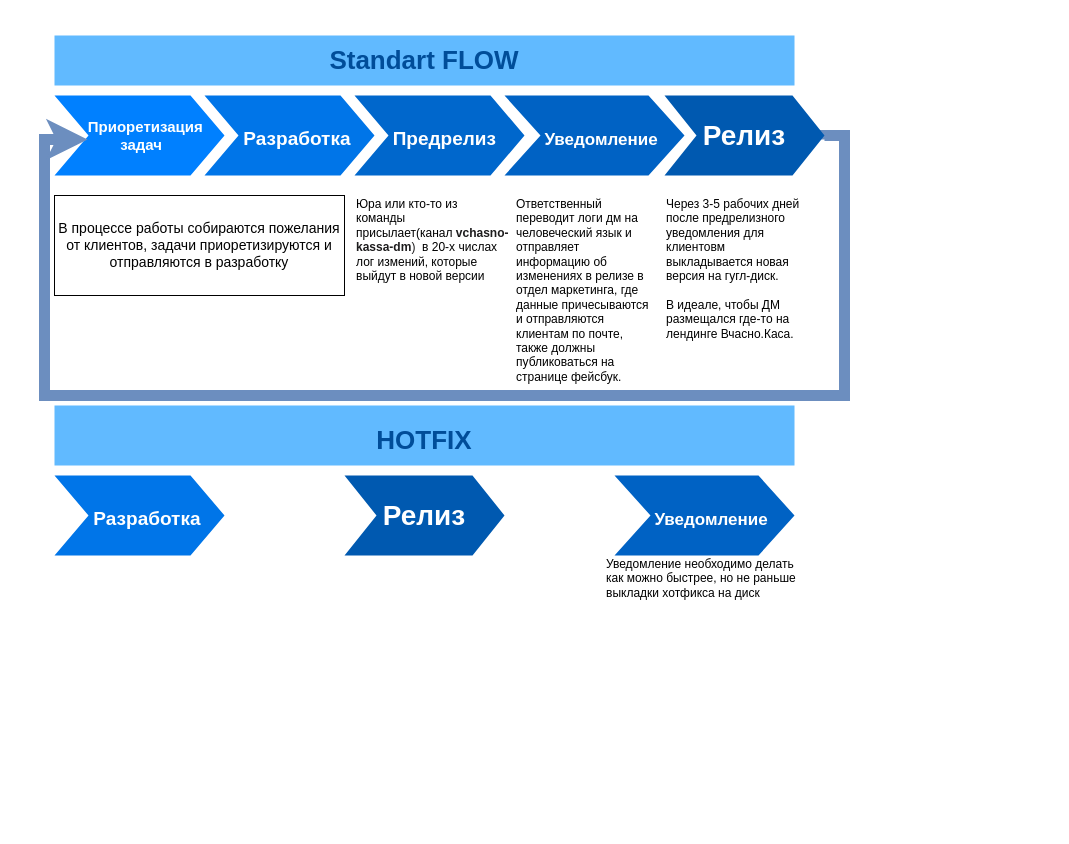
This is Untitled Diagram.drawio from wnata/alienInvasion, a draw.io file, before an edit. Source tidied: cells renumbered, new cells numbered last; positions are measured from the earlier drawing's top-left corner, leaving out a move shared by most shapes. Both pictures are drawn from the tidied source at 100%, with x=0, y=0 at pixel (44, 35).
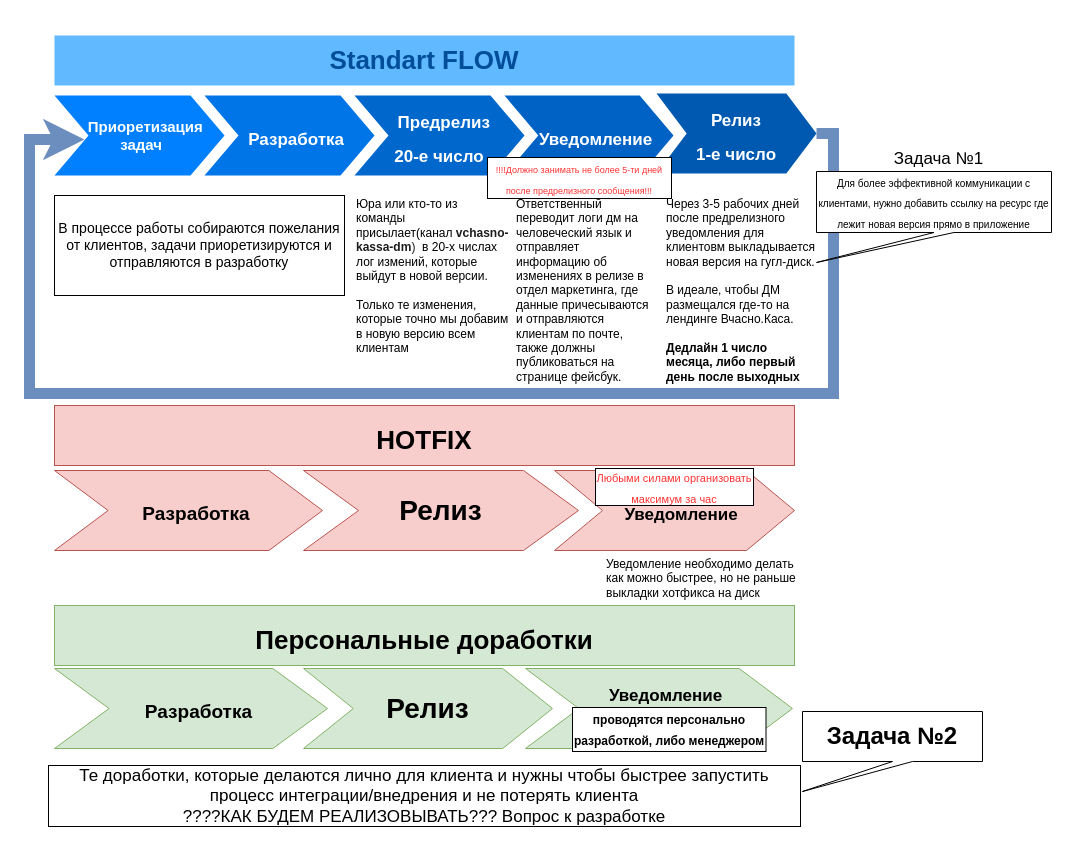
Above is the later version.

Unchanged cells that the change refers to:
```xml
<mxCell id="2" value="&lt;div style=&quot;font-size: 14px&quot;&gt;&lt;span style=&quot;font-size: 15px&quot;&gt;&lt;b&gt;&amp;nbsp; &amp;nbsp;Приоретизация&lt;br&gt;&amp;nbsp;задач&lt;/b&gt;&lt;/span&gt;&lt;/div&gt;" style="shape=step;whiteSpace=wrap;html=1;fontSize=14;fillColor=#0080FF;fontColor=#FFFFFF;strokeColor=none;align=center;verticalAlign=middle;" parent="1" vertex="1">
  <mxGeometry x="10" y="60" width="170" height="80" as="geometry" />
</mxCell>
```

Diff of the diagram source:
```diff
@@
-    <mxCell id="3" value="&lt;font style=&quot;font-size: 19px&quot;&gt;&lt;b&gt;&amp;nbsp; &amp;nbsp;Разработка&lt;/b&gt;&lt;/font&gt;" style="shape=step;whiteSpace=wrap;html=1;fontSize=28;fillColor=#0075E8;fontColor=#FFFFFF;strokeColor=none;" parent="1" vertex="1">
+    <mxCell id="3" value="&lt;font size=&quot;1&quot;&gt;&lt;b style=&quot;font-size: 17px&quot;&gt;&amp;nbsp; &amp;nbsp;Разработка&lt;/b&gt;&lt;/font&gt;" style="shape=step;whiteSpace=wrap;html=1;fontSize=28;fillColor=#0075E8;fontColor=#FFFFFF;strokeColor=none;" parent="1" vertex="1">
       <mxGeometry x="160" y="60" width="170" height="80" as="geometry" />
     </mxCell>
-    <mxCell id="4" value="&lt;font style=&quot;font-size: 19px&quot;&gt;&lt;b&gt;&amp;nbsp; Предрелиз&lt;/b&gt;&lt;/font&gt;" style="shape=step;whiteSpace=wrap;html=1;fontSize=28;fillColor=#0067CC;fontColor=#FFFFFF;strokeColor=none;" parent="1" vertex="1">
+    <mxCell id="4" value="&lt;font style=&quot;font-size: 17px&quot;&gt;&lt;b&gt;&amp;nbsp; Предрелиз&lt;br&gt;20-е число&lt;br&gt;&lt;/b&gt;&lt;/font&gt;" style="shape=step;whiteSpace=wrap;html=1;fontSize=28;fillColor=#0067CC;fontColor=#FFFFFF;strokeColor=none;" parent="1" vertex="1">
       <mxGeometry x="310" y="60" width="170" height="80" as="geometry" />
     </mxCell>
-    <mxCell id="5" value="&lt;b&gt;&lt;font style=&quot;font-size: 17px&quot;&gt;&amp;nbsp; &amp;nbsp;Уведомление&lt;/font&gt;&lt;/b&gt;" style="shape=step;whiteSpace=wrap;html=1;fontSize=28;fillColor=#0062C4;fontColor=#FFFFFF;strokeColor=none;spacing=0;" parent="1" vertex="1">
-      <mxGeometry x="460" y="60" width="180" height="80" as="geometry" />
+    <mxCell id="5" value="&lt;b&gt;&lt;font style=&quot;font-size: 17px&quot;&gt;&amp;nbsp; &amp;nbsp;Уведомление&lt;br&gt;&lt;/font&gt;&lt;/b&gt;" style="shape=step;whiteSpace=wrap;html=1;fontSize=28;fillColor=#0062C4;fontColor=#FFFFFF;strokeColor=none;spacing=0;" parent="1" vertex="1">
+      <mxGeometry x="460" y="60" width="169" height="80" as="geometry" />
     </mxCell>
-    <mxCell id="6" style="edgeStyle=orthogonalEdgeStyle;jettySize=auto;html=1;fontSize=17;entryX=0.194;entryY=0.55;entryDx=0;entryDy=0;entryPerimeter=0;fontStyle=1;strokeWidth=11;fillColor=#dae8fc;strokeColor=#6c8ebf;rounded=0;" parent="1" edge="1" target="2">
+    <mxCell id="6" style="edgeStyle=orthogonalEdgeStyle;jettySize=auto;html=1;fontSize=17;fontStyle=1;strokeWidth=11;fillColor=#dae8fc;strokeColor=#6c8ebf;rounded=0;exitX=1;exitY=0.5;exitDx=0;exitDy=0;entryX=0.176;entryY=0.55;entryDx=0;entryDy=0;entryPerimeter=0;" parent="1" edge="1" source="7" target="2">
       <mxGeometry relative="1" as="geometry">
-        <mxPoint x="780" y="104" as="sourcePoint" />
         <Array as="points">
-          <mxPoint x="800" y="100" />
-          <mxPoint x="800" y="360" />
-          <mxPoint y="360" />
-          <mxPoint y="104" />
+          <mxPoint x="789" y="98" />
+          <mxPoint x="789" y="358" />
+          <mxPoint x="-15" y="358" />
+          <mxPoint x="-15" y="104" />
         </Array>
       </mxGeometry>
     </mxCell>
-    <mxCell id="7" value="&lt;b&gt;Релиз&lt;/b&gt;" style="shape=step;whiteSpace=wrap;html=1;fontSize=28;fillColor=#0059B0;fontColor=#FFFFFF;strokeColor=none;" parent="1" vertex="1">
-      <mxGeometry x="620" y="60" width="160" height="80" as="geometry" />
+    <mxCell id="7" value="&lt;b style=&quot;font-size: 17px&quot;&gt;Релиз&lt;br&gt;1-е число&lt;br&gt;&lt;/b&gt;" style="shape=step;whiteSpace=wrap;html=1;fontSize=28;fillColor=#0059B0;fontColor=#FFFFFF;strokeColor=none;size=0.18854166666666786;" parent="1" vertex="1">
+      <mxGeometry x="612" y="58" width="160" height="80" as="geometry" />
     </mxCell>
@@
-    <mxCell id="9" value="&lt;span style=&quot;font-family: &amp;#34;helvetica&amp;#34;&quot;&gt;Юра или кто-то из команды присылает(канал&amp;nbsp;&lt;/span&gt;&lt;span style=&quot;background-color: rgb(255 , 255 , 255) ; color: rgb(29 , 28 , 29) ; font-weight: 900&quot;&gt;vchasno-kassa-dm&lt;/span&gt;&lt;span style=&quot;background-color: rgb(255 , 255 , 255) ; color: rgb(29 , 28 , 29)&quot;&gt;)&lt;/span&gt;&lt;span style=&quot;background-color: rgb(255 , 255 , 255) ; color: rgb(29 , 28 , 29) ; font-weight: 900&quot;&gt;&amp;nbsp;&lt;/span&gt;&lt;span style=&quot;font-family: &amp;#34;helvetica&amp;#34;&quot;&gt;&amp;nbsp;в 20-х числах лог измений, которые выйдут в новой версии&lt;/span&gt;" style="text;spacingTop=-5;fillColor=#ffffff;whiteSpace=wrap;html=1;align=left;fontSize=12;fontFamily=Helvetica;fillColor=none;strokeColor=none;" parent="1" vertex="1">
-      <mxGeometry x="310" y="160" width="140" height="100" as="geometry" />
+    <mxCell id="9" value="&lt;span style=&quot;font-family: &amp;#34;helvetica&amp;#34;&quot;&gt;Юра или кто-то из команды присылает(канал&amp;nbsp;&lt;/span&gt;&lt;span style=&quot;background-color: rgb(255 , 255 , 255) ; color: rgb(29 , 28 , 29) ; font-weight: 900&quot;&gt;vchasno-kassa-dm&lt;/span&gt;&lt;span style=&quot;background-color: rgb(255 , 255 , 255) ; color: rgb(29 , 28 , 29)&quot;&gt;)&lt;/span&gt;&lt;span style=&quot;background-color: rgb(255 , 255 , 255) ; color: rgb(29 , 28 , 29) ; font-weight: 900&quot;&gt;&amp;nbsp;&lt;/span&gt;&lt;span style=&quot;font-family: &amp;#34;helvetica&amp;#34;&quot;&gt;&amp;nbsp;в 20-х числах лог измений, которые выйдут в новой версии.&lt;br&gt;&lt;br&gt;Только те изменения, которые точно мы добавим в новую версию всем клиентам&lt;br&gt;&lt;/span&gt;" style="text;spacingTop=-5;fillColor=#ffffff;whiteSpace=wrap;html=1;align=left;fontSize=12;fontFamily=Helvetica;fillColor=none;strokeColor=none;" parent="1" vertex="1">
+      <mxGeometry x="310" y="160" width="140" height="192" as="geometry" />
     </mxCell>
@@
-    <mxCell id="11" value="Через 3-5 рабочих дней после предрелизного уведомления для клиентовм выкладывается новая версия на гугл-диск.&lt;br&gt;&lt;br&gt;В идеале, чтобы ДМ размещался где-то на лендинге Вчасно.Каса." style="text;spacingTop=-5;fillColor=#ffffff;whiteSpace=wrap;html=1;align=left;fontSize=12;fontFamily=Helvetica;fillColor=none;strokeColor=none;" parent="1" vertex="1">
-      <mxGeometry x="620" y="160" width="140" height="150" as="geometry" />
+    <mxCell id="11" value="Через 3-5 рабочих дней после предрелизного уведомления для клиентовм выкладывается новая версия на гугл-диск.&lt;br&gt;&lt;br&gt;В идеале, чтобы ДМ размещался где-то на лендинге Вчасно.Каса.&lt;br&gt;&lt;br&gt;&lt;b&gt;&lt;font style=&quot;font-size: 12px&quot;&gt;Дедлайн 1 число месяца, либо первый день после выходных&lt;/font&gt;&lt;/b&gt;" style="text;spacingTop=-5;fillColor=#ffffff;whiteSpace=wrap;html=1;align=left;fontSize=12;fontFamily=Helvetica;fillColor=none;strokeColor=none;" parent="1" vertex="1">
+      <mxGeometry x="620" y="160" width="152" height="202" as="geometry" />
     </mxCell>
@@
-    <mxCell id="13" value="&lt;span style=&quot;font-size: 26px&quot;&gt;HOTFIX&lt;br&gt;&lt;/span&gt;" style="text;html=1;strokeColor=none;fillColor=#61BAFF;align=center;verticalAlign=bottom;whiteSpace=wrap;fontSize=54;fontStyle=1;fontColor=#004D99;" parent="1" vertex="1">
+    <mxCell id="13" value="&lt;span style=&quot;font-size: 26px&quot;&gt;HOTFIX&lt;br&gt;&lt;/span&gt;" style="text;html=1;strokeColor=#b85450;fillColor=#f8cecc;align=center;verticalAlign=bottom;whiteSpace=wrap;fontSize=54;fontStyle=1;" parent="1" vertex="1">
       <mxGeometry x="10" y="370" width="740" height="60" as="geometry" />
     </mxCell>
-    <mxCell id="14" value="&lt;font style=&quot;font-size: 19px&quot;&gt;&lt;b&gt;&amp;nbsp; &amp;nbsp;Разработка&lt;/b&gt;&lt;/font&gt;" style="shape=step;whiteSpace=wrap;html=1;fontSize=28;fillColor=#0075E8;fontColor=#FFFFFF;strokeColor=none;" parent="1" vertex="1">
-      <mxGeometry x="10" y="440" width="170" height="80" as="geometry" />
+    <mxCell id="14" value="&lt;font style=&quot;font-size: 19px&quot;&gt;&lt;b&gt;&amp;nbsp; &amp;nbsp;Разработка&lt;/b&gt;&lt;/font&gt;" style="shape=step;whiteSpace=wrap;html=1;fontSize=28;fillColor=#f8cecc;strokeColor=#b85450;" parent="1" vertex="1">
+      <mxGeometry x="10" y="435" width="268" height="80" as="geometry" />
     </mxCell>
-    <mxCell id="15" value="&lt;b&gt;&lt;font style=&quot;font-size: 17px&quot;&gt;&amp;nbsp; &amp;nbsp;Уведомление&lt;/font&gt;&lt;/b&gt;" style="shape=step;whiteSpace=wrap;html=1;fontSize=28;fillColor=#0062C4;fontColor=#FFFFFF;strokeColor=none;spacing=0;" parent="1" vertex="1">
-      <mxGeometry x="570" y="440" width="180" height="80" as="geometry" />
+    <mxCell id="15" value="&lt;b&gt;&lt;font style=&quot;font-size: 17px&quot;&gt;&amp;nbsp; &amp;nbsp;Уведомление&lt;/font&gt;&lt;/b&gt;" style="shape=step;whiteSpace=wrap;html=1;fontSize=28;fillColor=#f8cecc;strokeColor=#b85450;spacing=0;" parent="1" vertex="1">
+      <mxGeometry x="510" y="435" width="240" height="80" as="geometry" />
     </mxCell>
-    <mxCell id="16" value="&lt;b&gt;Релиз&lt;/b&gt;" style="shape=step;whiteSpace=wrap;html=1;fontSize=28;fillColor=#0059B0;fontColor=#FFFFFF;strokeColor=none;" parent="1" vertex="1">
-      <mxGeometry x="300" y="440" width="160" height="80" as="geometry" />
+    <mxCell id="16" value="&lt;b&gt;Релиз&lt;/b&gt;" style="shape=step;whiteSpace=wrap;html=1;fontSize=28;fillColor=#f8cecc;strokeColor=#b85450;" parent="1" vertex="1">
+      <mxGeometry x="259" y="435" width="275" height="80" as="geometry" />
     </mxCell>
@@
+    <mxCell id="18" value="&lt;font style=&quot;font-size: 9px&quot; color=&quot;#ff3333&quot;&gt;!!!!Должно занимать не более 5-ти дней после предрелизного сообщения!!!&lt;/font&gt;" style="whiteSpace=wrap;html=1;fontSize=17;" parent="1" vertex="1">
+      <mxGeometry x="443" y="122" width="184" height="41" as="geometry" />
+    </mxCell>
+    <mxCell id="19" value="&lt;span style=&quot;font-size: 26px&quot;&gt;Персональные доработки&lt;br&gt;&lt;/span&gt;" style="text;html=1;strokeColor=#82b366;fillColor=#d5e8d4;align=center;verticalAlign=bottom;whiteSpace=wrap;fontSize=54;fontStyle=1;" parent="1" vertex="1">
+      <mxGeometry x="10" y="570" width="740" height="60" as="geometry" />
+    </mxCell>
+    <mxCell id="20" value="&lt;font style=&quot;font-size: 19px&quot;&gt;&lt;b&gt;&amp;nbsp; &amp;nbsp;Разработка&lt;/b&gt;&lt;/font&gt;" style="shape=step;whiteSpace=wrap;html=1;fontSize=28;fillColor=#d5e8d4;strokeColor=#82b366;" parent="1" vertex="1">
+      <mxGeometry x="10" y="633" width="273" height="80" as="geometry" />
+    </mxCell>
+    <mxCell id="21" value="&lt;b&gt;Релиз&lt;/b&gt;" style="shape=step;whiteSpace=wrap;html=1;fontSize=28;fillColor=#d5e8d4;strokeColor=#82b366;" parent="1" vertex="1">
+      <mxGeometry x="259" y="633" width="249" height="80" as="geometry" />
+    </mxCell>
+    <mxCell id="22" value="&lt;b&gt;&lt;font&gt;&lt;span style=&quot;font-size: 17px&quot;&gt;&amp;nbsp; &amp;nbsp;Уведомление&lt;/span&gt;&lt;br&gt;&lt;br&gt;&lt;/font&gt;&lt;/b&gt;" style="shape=step;whiteSpace=wrap;html=1;fontSize=28;fillColor=#d5e8d4;strokeColor=#82b366;spacing=0;" parent="1" vertex="1">
+      <mxGeometry x="481" y="633" width="267" height="80" as="geometry" />
+    </mxCell>
+    <mxCell id="23" value="Те доработки, которые делаются лично для клиента и нужны чтобы быстрее запустить процесс интеграции/внедрения и не потерять клиента&lt;br&gt;????КАК БУДЕМ РЕАЛИЗОВЫВАТЬ??? Вопрос к разработке" style="whiteSpace=wrap;html=1;fontSize=17;" parent="1" vertex="1">
+      <mxGeometry x="4" y="730" width="752" height="61" as="geometry" />
+    </mxCell>
+    <mxCell id="24" value="&lt;font style=&quot;font-size: 11px&quot; color=&quot;#ff3333&quot;&gt;Любыми силами организовать максимум за час&lt;/font&gt;" style="whiteSpace=wrap;html=1;fontSize=17;" parent="1" vertex="1">
+      <mxGeometry x="551" y="433" width="158" height="37" as="geometry" />
+    </mxCell>
+    <mxCell id="25" value="&lt;font color=&quot;#000000&quot; style=&quot;font-size: 10px&quot;&gt;Для более эффективной коммуникации с клиентами, нужно добавить ссылку на ресурс где лежит новая версия прямо в приложение&lt;/font&gt;" style="shape=callout;whiteSpace=wrap;html=1;perimeter=calloutPerimeter;fontSize=17;fontColor=#FF3333;position2=0;" parent="1" vertex="1">
+      <mxGeometry x="772" y="136" width="235" height="91" as="geometry" />
+    </mxCell>
+    <mxCell id="26" value="&lt;font color=&quot;#000000&quot;&gt;Задача №1&lt;/font&gt;" style="text;html=1;align=center;verticalAlign=middle;fontSize=17;fontColor=#FF3333;" parent="1" vertex="1">
+      <mxGeometry x="844" y="112" width="99" height="24" as="geometry" />
+    </mxCell>
+    <mxCell id="27" value="&lt;b style=&quot;color: rgb(0 , 0 , 0) ; font-size: 24px&quot;&gt;Задача №2&lt;/b&gt;" style="shape=callout;whiteSpace=wrap;html=1;perimeter=calloutPerimeter;fontSize=17;fontColor=#FF3333;position2=0;" parent="1" vertex="1">
+      <mxGeometry x="758" y="676" width="180" height="80" as="geometry" />
+    </mxCell>
+    <mxCell id="28" value="&lt;b style=&quot;color: rgb(0 , 0 , 0)&quot;&gt;&lt;font style=&quot;font-size: 12px&quot;&gt;проводятся персонально разработкой, либо менеджером&lt;/font&gt;&lt;/b&gt;" style="rounded=0;whiteSpace=wrap;html=1;fontSize=17;fontColor=#FF3333;" parent="1" vertex="1">
+      <mxGeometry x="528" y="672" width="193.5" height="44" as="geometry" />
+    </mxCell>
```
